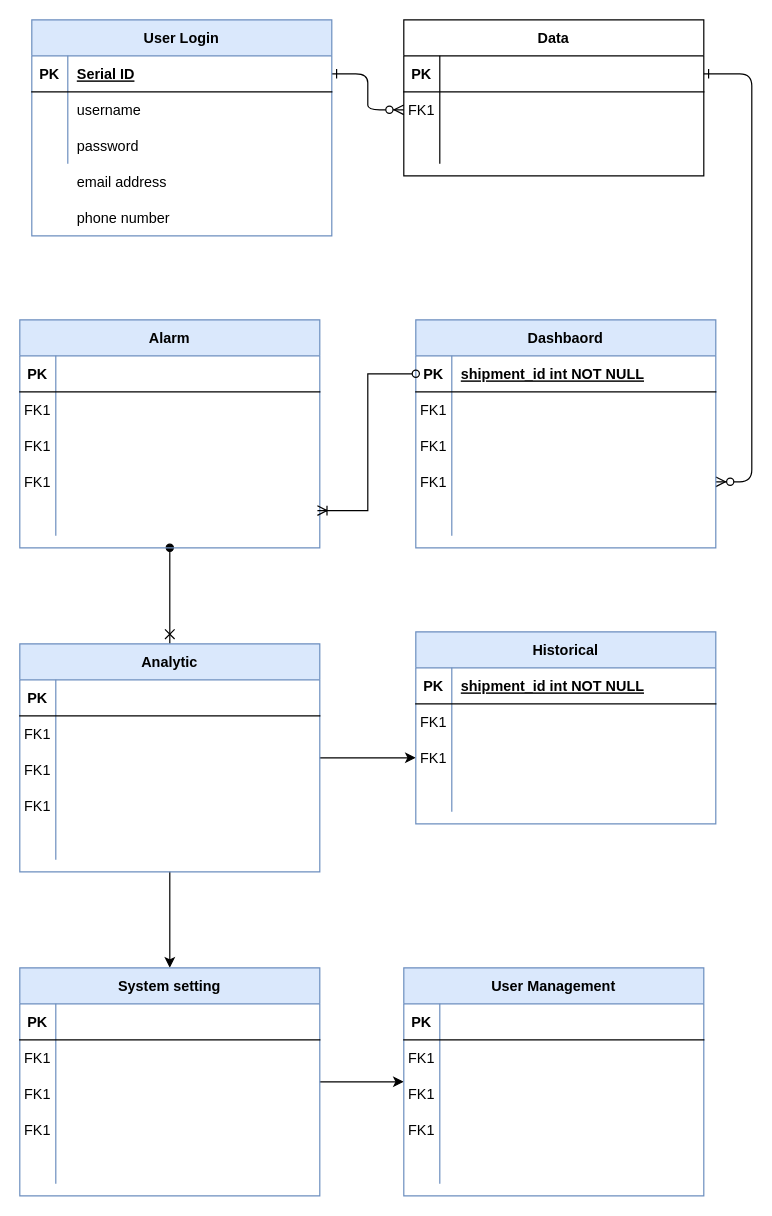
Above: ERD.drawio in Thivya1498/SCADA-ENERGY-METER-SYSTEM (draw.io), before the change. Source tidied: cells renumbered, new cells numbered last; positions are measured from the earlier drawing's top-left corner, leaving out a move shared by most shapes. Both pictures are drawn from the tidied source at 120%, with x=0, y=0 at pixel (19, 19).
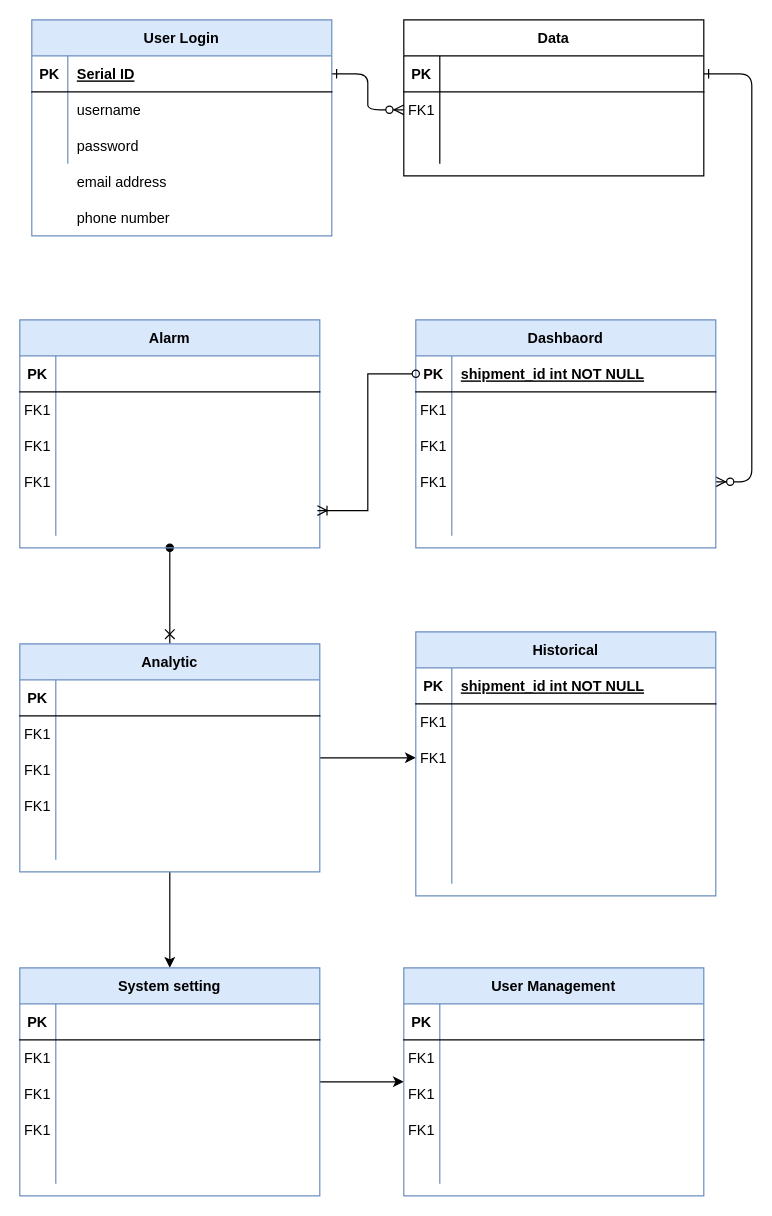
The same diagram, later.

The change refers to these unchanged cells:
```xml
<mxCell id="75" style="shape=partialRectangle;fillColor=none;top=0;left=0;right=0;bottom=0;" parent="65" vertex="1">
  <mxGeometry y="120" width="250" height="30" as="geometry" />
</mxCell>
```

What changed in the source:
```diff
@@
     <mxCell id="65" value="Historical" style="shape=table;startSize=30;childLayout=tableLayout;rowLines=0;fontStyle=1;align=center;fillColor=#dae8fc;strokeColor=#6c8ebf;" parent="1" vertex="1">
-      <mxGeometry x="330" y="510" width="250" height="160" as="geometry" />
+      <mxGeometry x="330" y="510" width="250" height="220" as="geometry" />
     </mxCell>
@@
-    <mxCell id="77" style="shape=partialRectangle;overflow=hidden;fillColor=none;top=0;left=0;bottom=0;right=0;align=left;spacingLeft=6;" parent="75" vertex="1">
+    <mxCell id="77" value="&#10;&#10;" style="shape=partialRectangle;overflow=hidden;fillColor=none;top=0;left=0;bottom=0;right=0;align=left;spacingLeft=6;" parent="75" vertex="1">
       <mxGeometry x="30" width="220" height="30" as="geometry" />
     </mxCell>
+    <mxCell id="124" style="shape=partialRectangle;fillColor=none;top=0;left=0;right=0;bottom=0;" parent="65" vertex="1">
+      <mxGeometry y="150" width="250" height="30" as="geometry" />
+    </mxCell>
+    <mxCell id="125" style="shape=partialRectangle;overflow=hidden;fillColor=none;top=0;left=0;bottom=0;right=0;" parent="124" vertex="1">
+      <mxGeometry width="30" height="30" as="geometry" />
+    </mxCell>
+    <mxCell id="126" value="&#10;&#10;" style="shape=partialRectangle;overflow=hidden;fillColor=none;top=0;left=0;bottom=0;right=0;align=left;spacingLeft=6;" parent="124" vertex="1">
+      <mxGeometry x="30" width="220" height="30" as="geometry" />
+    </mxCell>
+    <mxCell id="127" style="shape=partialRectangle;fillColor=none;top=0;left=0;right=0;bottom=0;" parent="65" vertex="1">
+      <mxGeometry y="180" width="250" height="30" as="geometry" />
+    </mxCell>
+    <mxCell id="128" style="shape=partialRectangle;overflow=hidden;fillColor=none;top=0;left=0;bottom=0;right=0;" parent="127" vertex="1">
+      <mxGeometry width="30" height="30" as="geometry" />
+    </mxCell>
+    <mxCell id="129" value="&#10;&#10;" style="shape=partialRectangle;overflow=hidden;fillColor=none;top=0;left=0;bottom=0;right=0;align=left;spacingLeft=6;" parent="127" vertex="1">
+      <mxGeometry x="30" width="220" height="30" as="geometry" />
+    </mxCell>
```
